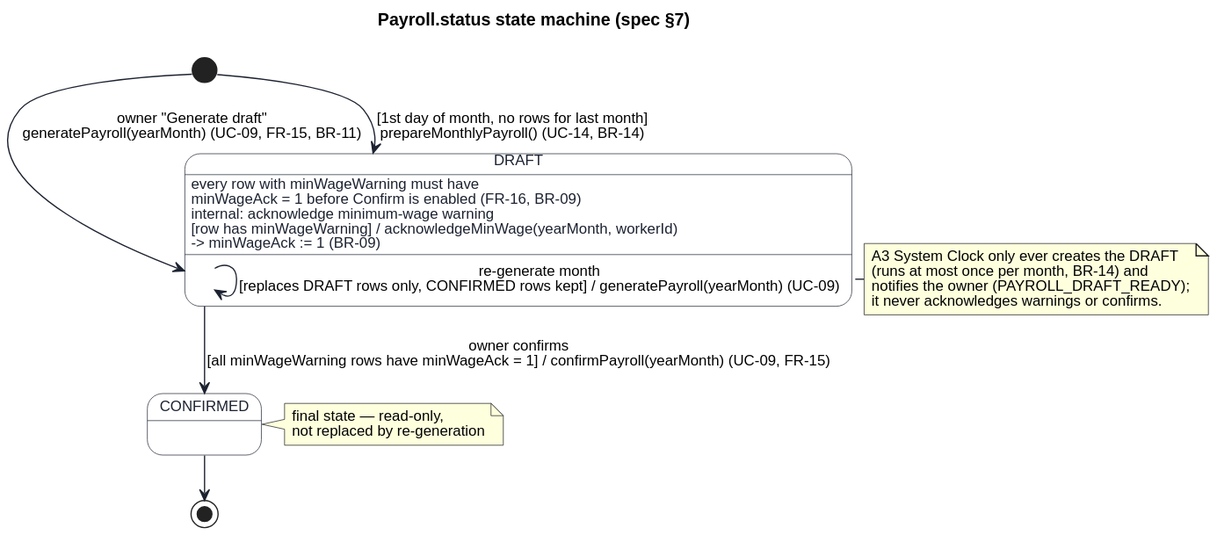
keemlogan/shiftswap keeps this PlantUML diagram as uml/state-payroll.svg. Above is the earlier version.
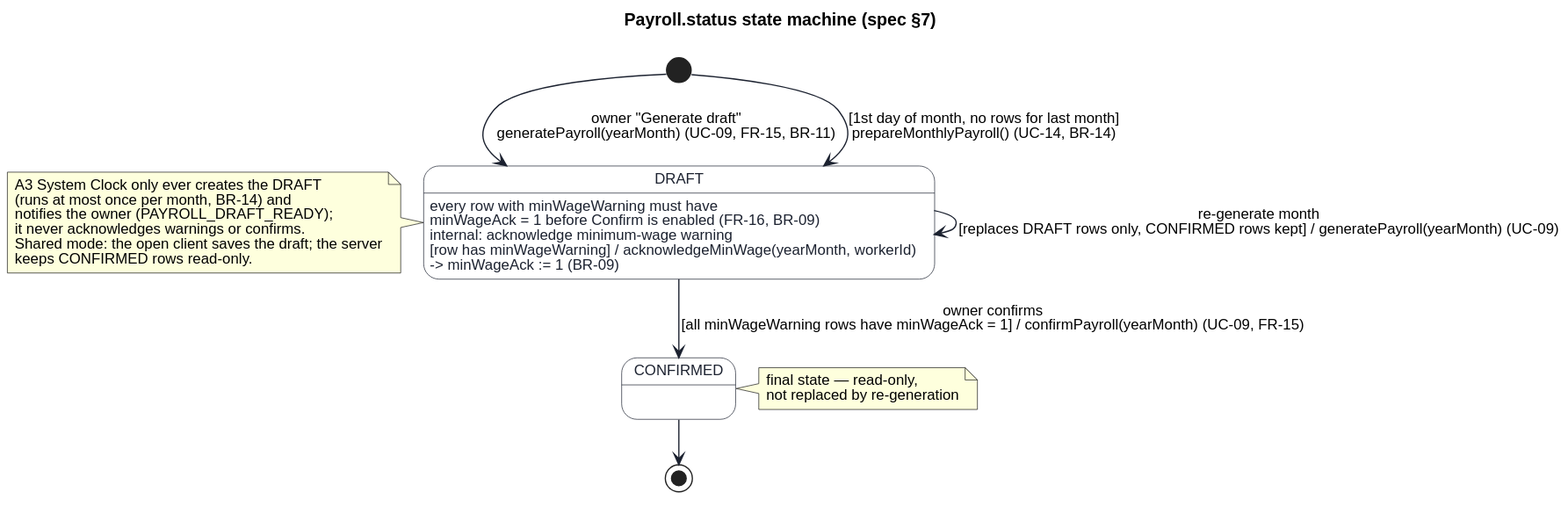
Above is the later version.

Diff of the diagram source:
```diff
@@ -27,5 +27,5 @@
 CONFIRMED --> [*]
 
 note right of CONFIRMED : final state — read-only,\nnot replaced by re-generation
-note left of DRAFT : A3 System Clock only ever creates the DRAFT\n(runs at most once per month, BR-14) and\nnotifies the owner (PAYROLL_DRAFT_READY);\nit never acknowledges warnings or confirms.
+note left of DRAFT : A3 System Clock only ever creates the DRAFT\n(runs at most once per month, BR-14) and\nnotifies the owner (PAYROLL_DRAFT_READY);\nit never acknowledges warnings or confirms.\nShared mode: the open client saves the draft; the server\nkeeps CONFIRMED rows read-only.
 @enduml
```
